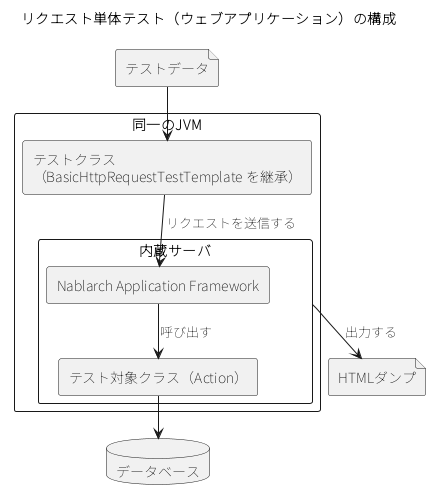
Before: ja/development_tools/testing_framework/implementation/request_unit_test/images/web/request_test_components.png, a diagram exported from PlantUML (nablarch/nablarch-document).
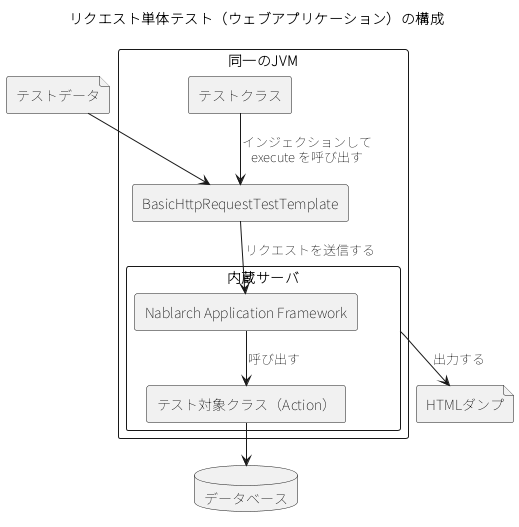
Above is the later version.

The edit, as a diff of the source:
```diff
@@ -5,7 +5,8 @@
 title リクエスト単体テスト（ウェブアプリケーション）の構成
 file "テストデータ" as TD
 rectangle "同一のJVM" as JVM {
-  rectangle "テストクラス\n（BasicHttpRequestTestTemplate を継承）" as TC
+  rectangle "テストクラス" as TC
+  rectangle "BasicHttpRequestTestTemplate" as SUP
   rectangle "内蔵サーバ" as SV {
     rectangle "Nablarch Application Framework" as NAF
     rectangle "テスト対象クラス（Action）" as ACT
@@ -13,8 +14,9 @@
 }
 database "データベース" as DB
 file "HTMLダンプ" as DUMP
-TD --> TC
-TC --> NAF : リクエストを送信する
+TD --> SUP
+TC --> SUP : インジェクションして\nexecute を呼び出す
+SUP --> NAF : リクエストを送信する
 NAF --> ACT : 呼び出す
 ACT --> DB
 SV --> DUMP : 出力する
```
